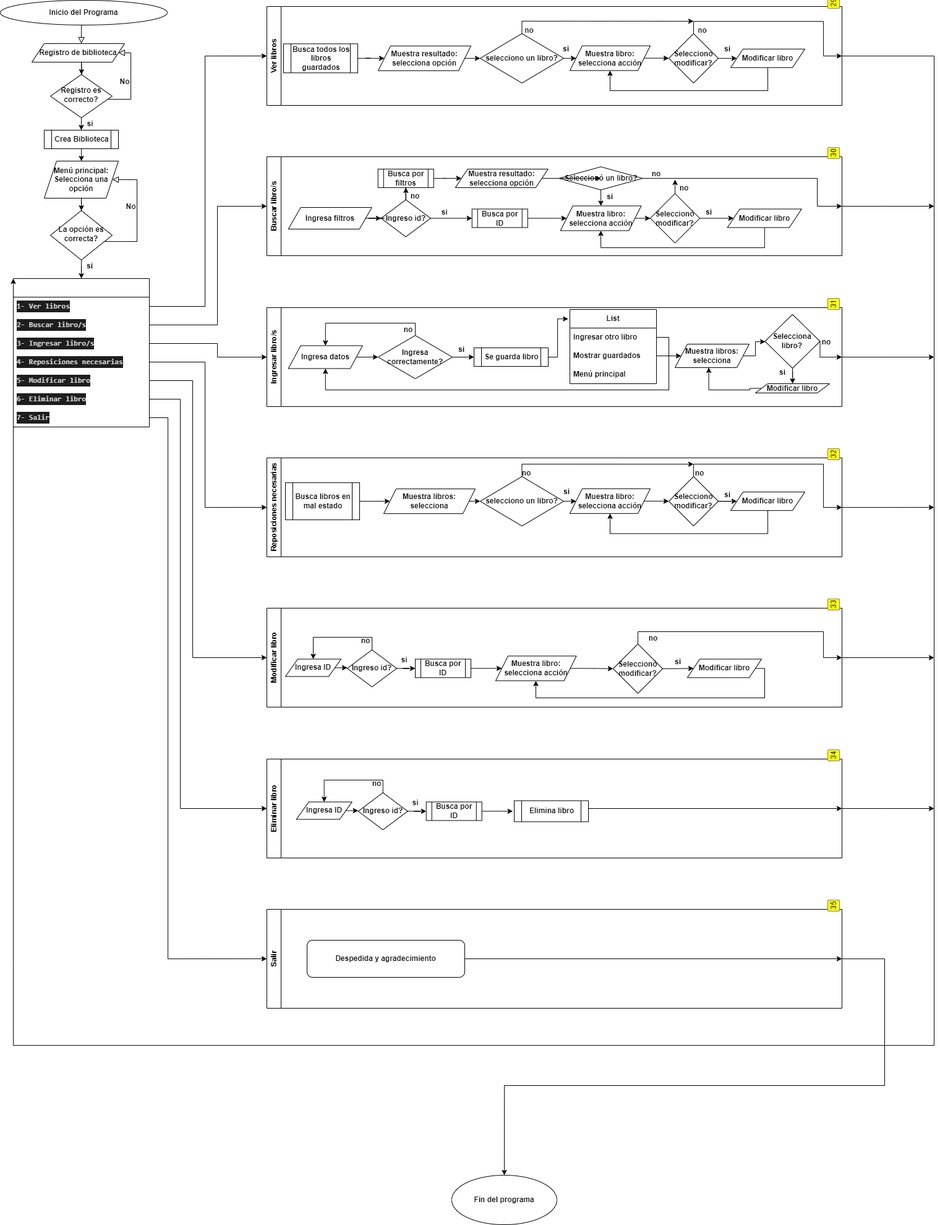
Martinez-Marcos/AdministradorDeLibrerias keeps this draw.io diagram as public/Diagrama_SCB.png. Above is the earlier version. Source tidied: cells renumbered, new cells last; positions are measured from the earlier drawing's top-left corner, leaving out a move shared by most shapes.
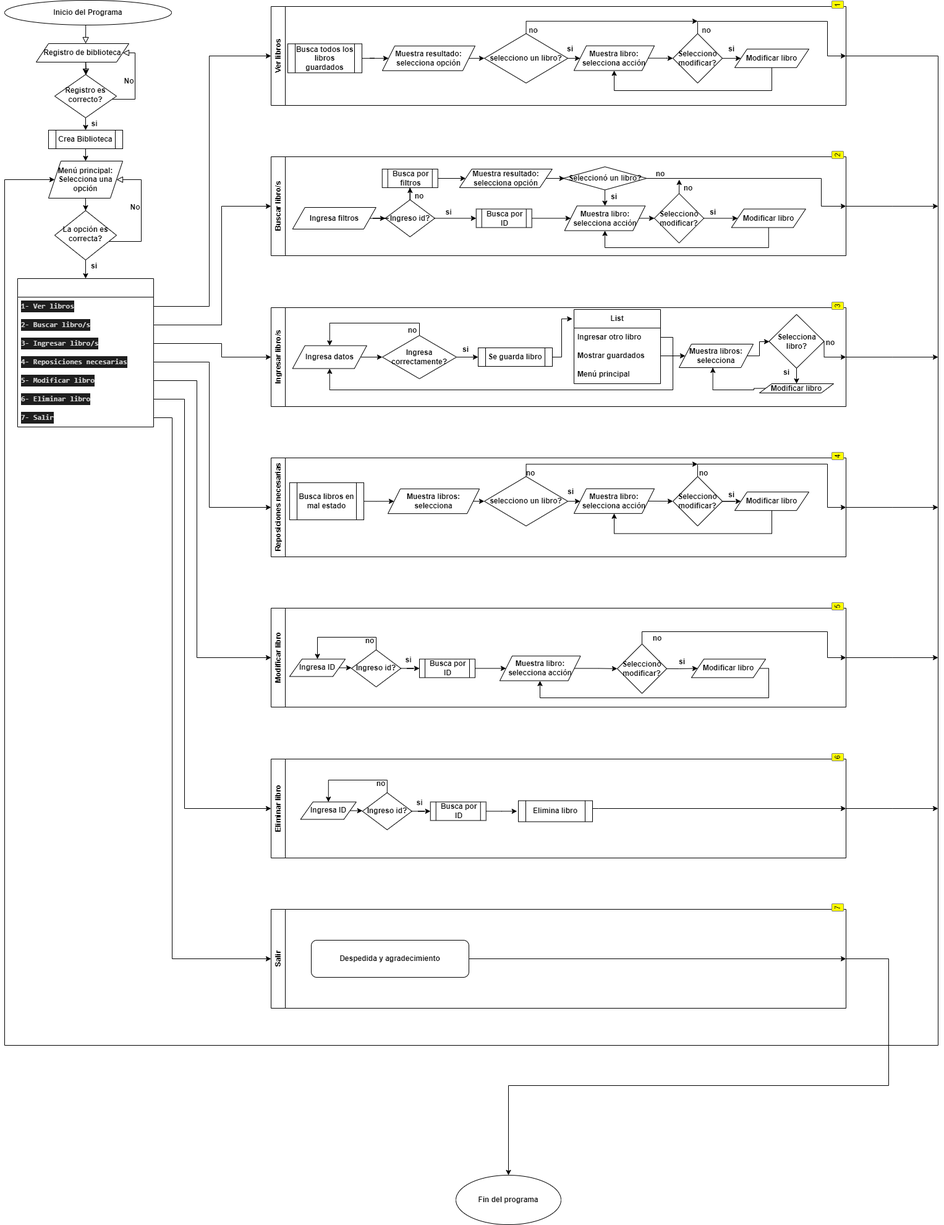
The same diagram one commit later.

Commit message:
arreglando proligidad y error en flecha de diagrama

The edit, as a diff of the source:
```diff
@@ -90,12 +90,13 @@
     <mxCell id="24" value="&lt;div style=&quot;color: rgb(212, 212, 212); background-color: rgb(30, 30, 30); font-family: Consolas, &amp;quot;Courier New&amp;quot;, monospace; font-size: 12px; line-height: 19px;&quot;&gt;7- Salir&lt;/div&gt;" style="text;strokeColor=none;fillColor=none;align=left;verticalAlign=middle;spacingLeft=4;spacingRight=4;overflow=hidden;points=[[0,0.5],[1,0.5]];portConstraint=eastwest;whiteSpace=wrap;html=1;fontStyle=1;fontSize=12;" parent="17" vertex="1">
       <mxGeometry y="210" width="220" height="30" as="geometry" />
     </mxCell>
-    <mxCell id="25" style="edgeStyle=orthogonalEdgeStyle;rounded=0;jettySize=auto;html=1;entryX=0;entryY=0;entryDx=0;entryDy=0;fontFamily=Helvetica;fontSize=12;fontColor=default;startSize=23;fontStyle=1;" parent="1" edge="1" source="26" target="17">
+    <mxCell id="25" style="edgeStyle=orthogonalEdgeStyle;rounded=0;jettySize=auto;html=1;entryX=0;entryY=0.5;entryDx=0;entryDy=0;fontFamily=Helvetica;fontSize=12;fontColor=default;startSize=23;fontStyle=1;" parent="1" edge="1" source="26" target="16">
       <mxGeometry relative="1" as="geometry">
         <Array as="points">
           <mxPoint x="1510" y="90" />
           <mxPoint x="1510" y="1690" />
-          <mxPoint x="21" y="1690" />
+          <mxPoint y="1690" />
+          <mxPoint y="290" />
         </Array>
       </mxGeometry>
     </mxCell>
@@ -246,8 +247,10 @@
     <mxCell id="64" value="Seleccionó un libro?" style="rhombus;whiteSpace=wrap;html=1;direction=west;flipV=0;fontStyle=1;fontSize=12;" parent="46" vertex="1">
       <mxGeometry x="472.5" y="16.2" width="135" height="37.4" as="geometry" />
     </mxCell>
-    <mxCell id="65" style="edgeStyle=orthogonalEdgeStyle;rounded=0;jettySize=auto;html=1;fontFamily=Helvetica;fontSize=12;fontColor=default;startSize=23;fontStyle=1;" parent="46" edge="1" source="66" target="64">
-      <mxGeometry relative="1" as="geometry" />
+    <mxCell id="65" style="edgeStyle=orthogonalEdgeStyle;rounded=0;jettySize=auto;html=1;fontFamily=Helvetica;fontSize=12;fontColor=default;startSize=23;fontStyle=1;" parent="46" edge="1" source="66">
+      <mxGeometry relative="1" as="geometry">
+        <mxPoint x="475" y="35" as="targetPoint" />
+      </mxGeometry>
     </mxCell>
     <mxCell id="66" value="Muestra resultado:&lt;br style=&quot;font-size: 12px;&quot;&gt;selecciona opción" style="shape=parallelogram;perimeter=parallelogramPerimeter;whiteSpace=wrap;html=1;fixedSize=1;direction=west;flipV=0;fontStyle=1;fontSize=12;" parent="46" vertex="1">
       <mxGeometry x="304.8" y="19.9" width="150" height="30" as="geometry" />
```
